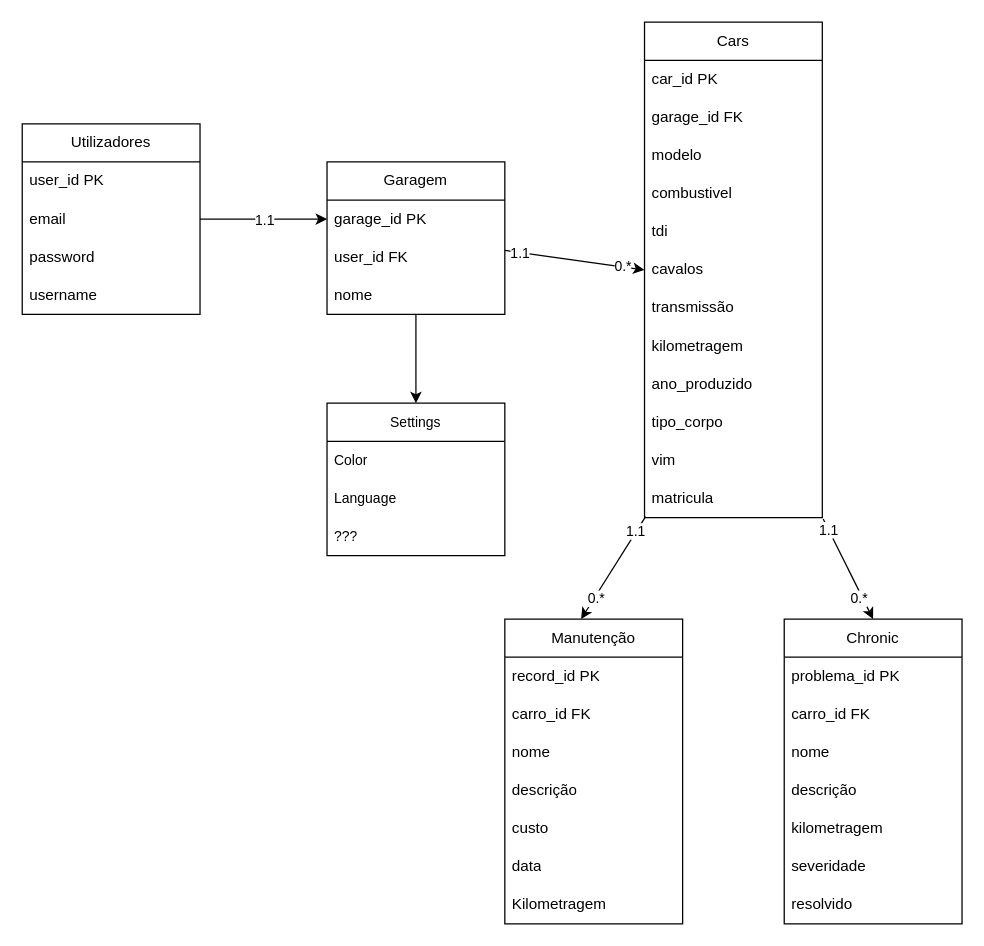
Earlier version of the draw.io diagram common/DBview.drawio (MukhitKwo/CarCare). Source tidied: cells renumbered, new cells numbered last; positions are measured from the earlier drawing's top-left corner, leaving out a move shared by most shapes. Both pictures are drawn from the tidied source at 127%, with x=0, y=0 at pixel (22, 22).
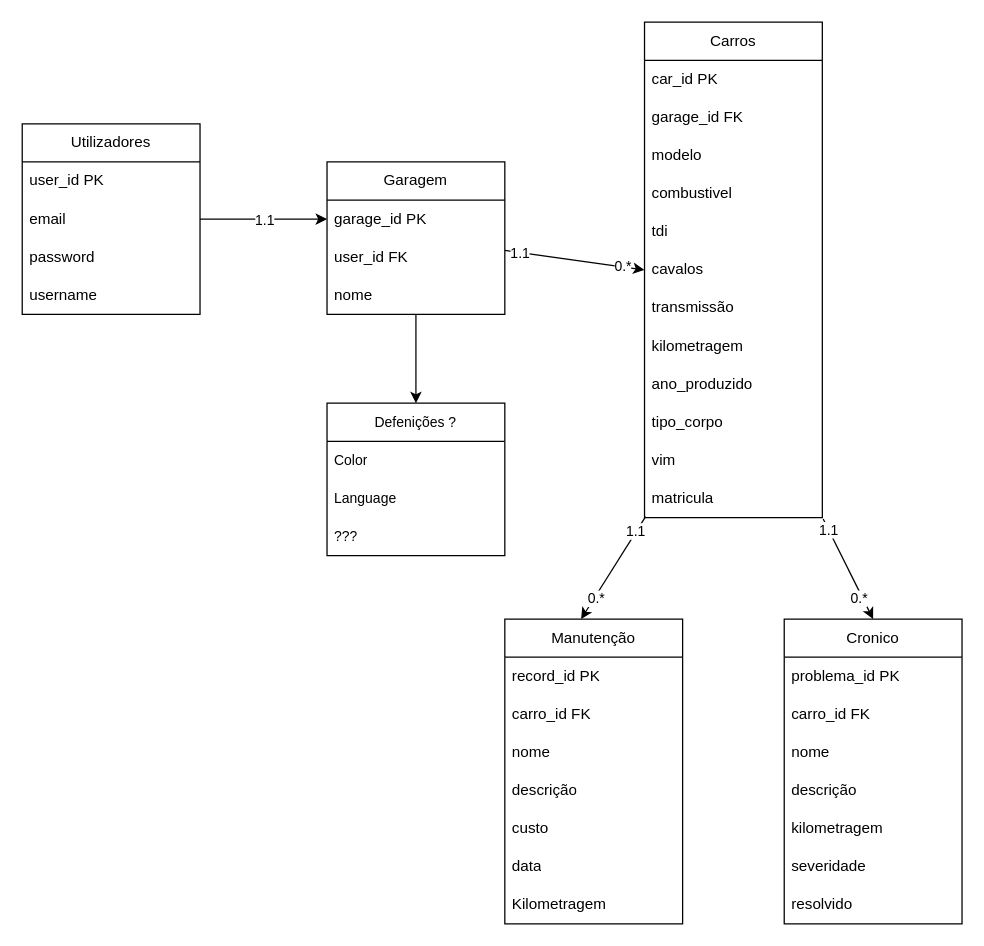
After the change.

Commit message (it also covers changes not shown here):
verificação do estado da conexão da base de dados no run e reload do servidor, modelo Defenições adicionado, kilometragem -> quilometragem nos modelos

The edit, as a diff of the source:
```diff
@@
-    <mxCell id="20" value="Cars" style="swimlane;fontStyle=0;horizontal=1;startSize=30;whiteSpace=wrap;html=1;" parent="1" vertex="1">
+    <mxCell id="20" value="Carros" style="swimlane;fontStyle=0;horizontal=1;startSize=30;whiteSpace=wrap;html=1;" parent="1" vertex="1">
       <mxGeometry x="490" width="140" height="390" as="geometry" />
     </mxCell>
@@
-    <mxCell id="41" value="Chronic" style="swimlane;fontStyle=0;horizontal=1;startSize=30;whiteSpace=wrap;html=1;" parent="1" vertex="1">
+    <mxCell id="41" value="Cronico" style="swimlane;fontStyle=0;horizontal=1;startSize=30;whiteSpace=wrap;html=1;" parent="1" vertex="1">
       <mxGeometry x="600" y="470" width="140" height="240" as="geometry" />
     </mxCell>
@@
-    <mxCell id="52" value="Settings" style="swimlane;fontStyle=0;horizontal=1;startSize=30;whiteSpace=wrap;html=1;fontFamily=Helvetica;fontSize=11;fontColor=default;labelBackgroundColor=default;" parent="1" vertex="1">
+    <mxCell id="52" value="Defenições ?" style="swimlane;fontStyle=0;horizontal=1;startSize=30;whiteSpace=wrap;html=1;fontFamily=Helvetica;fontSize=11;fontColor=default;labelBackgroundColor=default;" parent="1" vertex="1">
       <mxGeometry x="240" y="300" width="140" height="120" as="geometry" />
     </mxCell>
```
